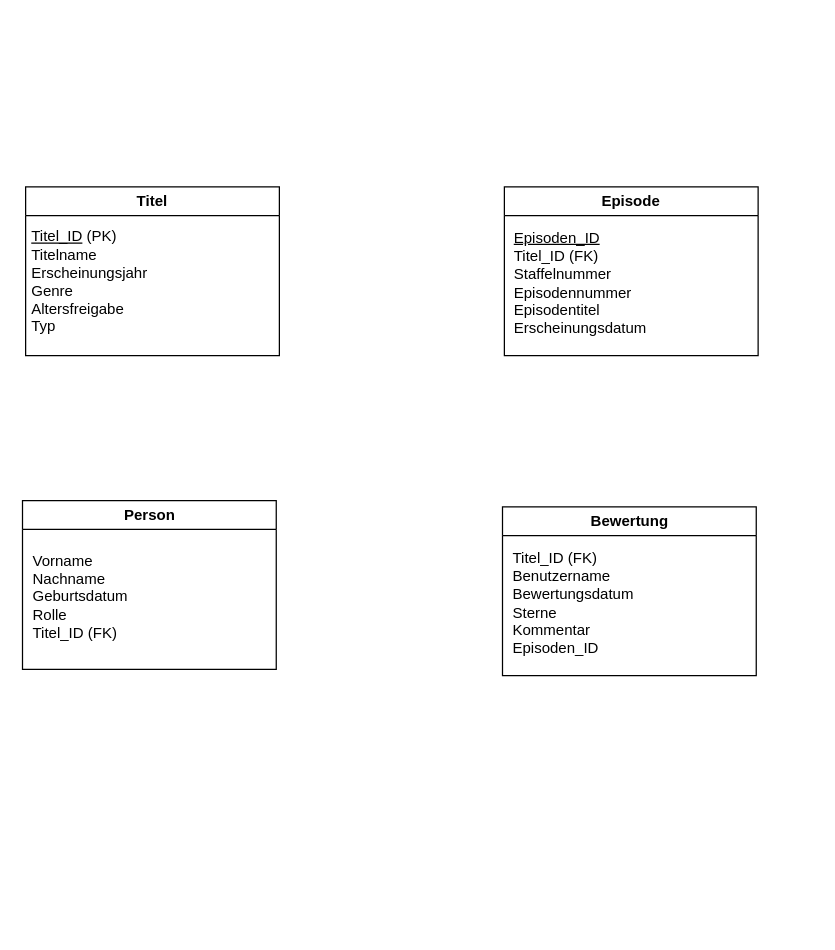
mandyngn/Uni keeps this draw.io diagram as page "Seite-2" (2 of 2) of 3_Semester/Datenbanken/uebungen/5_Uebung/DatenbankenUebung5.drawio. Above is the earlier version. Source tidied: cells renumbered, new cells numbered last; positions are measured from the earlier drawing's top-left corner, leaving out a move shared by most shapes. Both pictures are drawn from the tidied source at 125%, with x=0, y=0 at pixel (21, 174).
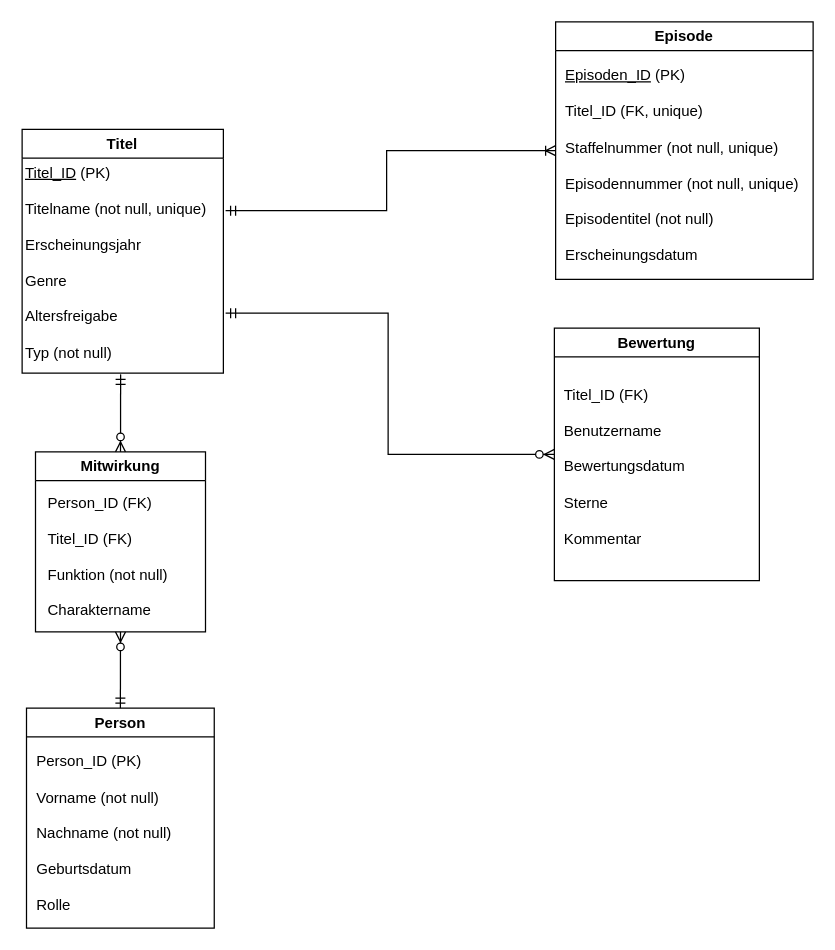
The same diagram, later.

What changed in the source:
```diff
@@
 <mxGraphModel>
   <root>
     <mxCell id="0" />
     <mxCell id="1" parent="0" />
     <mxCell id="2" value="Titel" style="swimlane;whiteSpace=wrap;html=1;" parent="1" vertex="1">
-      <mxGeometry x="3" y="10" width="203" height="135" as="geometry" />
+      <mxGeometry x="0.2" y="-36" width="161" height="195" as="geometry" />
     </mxCell>
-    <mxCell id="3" value="&lt;u&gt;Titel_ID&lt;/u&gt; (PK)&lt;div&gt;Titelname&lt;br&gt;Erscheinungsjahr&lt;/div&gt;&lt;div&gt;Genre&lt;/div&gt;&lt;div&gt;Altersfreigabe&lt;/div&gt;&lt;div&gt;Typ&lt;/div&gt;" style="text;html=1;whiteSpace=wrap;strokeColor=none;fillColor=none;align=left;verticalAlign=middle;rounded=0;" parent="2" vertex="1">
-      <mxGeometry x="3" y="-10" width="192" height="171" as="geometry" />
+    <mxCell id="3" value="&lt;u&gt;Titel_ID&lt;/u&gt; (PK)&lt;div&gt;&lt;br&gt;&lt;/div&gt;&lt;div&gt;Titelname (not null, unique)&lt;br&gt;&lt;br&gt;&lt;/div&gt;&lt;div&gt;Erscheinungsjahr&lt;/div&gt;&lt;div&gt;&lt;br&gt;&lt;/div&gt;&lt;div&gt;Genre&lt;/div&gt;&lt;div&gt;&lt;br&gt;&lt;/div&gt;&lt;div&gt;Altersfreigabe&lt;/div&gt;&lt;div&gt;&lt;br&gt;&lt;/div&gt;&lt;div&gt;Typ&amp;nbsp;&lt;span style=&quot;background-color: transparent; color: light-dark(rgb(0, 0, 0), rgb(255, 255, 255));&quot;&gt;(not null)&lt;/span&gt;&lt;/div&gt;" style="text;html=1;whiteSpace=wrap;strokeColor=none;fillColor=none;align=left;verticalAlign=middle;rounded=0;" parent="2" vertex="1">
+      <mxGeometry x="0.9" y="22" width="155.5" height="170" as="geometry" />
     </mxCell>
     <mxCell id="4" value="Episode" style="swimlane;whiteSpace=wrap;html=1;" parent="1" vertex="1">
-      <mxGeometry x="386" y="10" width="203" height="135" as="geometry" />
+      <mxGeometry x="427" y="-122" width="206" height="206" as="geometry" />
     </mxCell>
-    <mxCell id="5" value="&lt;u&gt;Episoden_ID&lt;/u&gt;&lt;div&gt;Titel_ID (FK)&lt;/div&gt;&lt;div&gt;Staffelnummer&lt;/div&gt;&lt;div&gt;Episodennummer&lt;/div&gt;&lt;div&gt;Episodentitel&lt;/div&gt;&lt;div&gt;Erscheinungsdatum&lt;/div&gt;" style="text;html=1;whiteSpace=wrap;strokeColor=none;fillColor=none;align=left;verticalAlign=middle;rounded=0;" parent="4" vertex="1">
-      <mxGeometry x="6" y="27" width="188" height="99" as="geometry" />
+    <mxCell id="5" value="&lt;u&gt;Episoden_ID&lt;/u&gt;&amp;nbsp;(PK)&lt;div&gt;&lt;br&gt;&lt;div&gt;Titel_ID (FK, unique)&lt;/div&gt;&lt;div&gt;&lt;br&gt;&lt;/div&gt;&lt;div&gt;Staffelnummer (not null, unique)&lt;/div&gt;&lt;div&gt;&lt;br&gt;&lt;/div&gt;&lt;div&gt;Episodennummer (not null, unique)&lt;/div&gt;&lt;div&gt;&lt;br&gt;&lt;/div&gt;&lt;div&gt;Episodentitel (not null)&lt;/div&gt;&lt;div&gt;&lt;br&gt;&lt;/div&gt;&lt;div&gt;Erscheinungsdatum&lt;/div&gt;&lt;/div&gt;" style="text;html=1;whiteSpace=wrap;strokeColor=none;fillColor=none;align=left;verticalAlign=middle;rounded=0;" parent="4" vertex="1">
+      <mxGeometry x="6" y="25" width="198" height="179" as="geometry" />
     </mxCell>
     <mxCell id="6" value="Person" style="swimlane;whiteSpace=wrap;html=1;" parent="1" vertex="1">
-      <mxGeometry x="0.5" y="261" width="203" height="135" as="geometry" />
+      <mxGeometry x="3.7" y="427" width="150.2" height="176" as="geometry" />
     </mxCell>
-    <mxCell id="7" value="Vorname&lt;div&gt;Nachname&lt;/div&gt;&lt;div&gt;Geburtsdatum&lt;br&gt;Rolle&lt;br&gt;Titel_ID (FK)&lt;/div&gt;" style="text;html=1;whiteSpace=wrap;strokeColor=none;fillColor=none;align=left;verticalAlign=middle;rounded=0;" parent="6" vertex="1">
-      <mxGeometry x="6" y="27" width="188" height="99" as="geometry" />
+    <mxCell id="7" value="&lt;div&gt;Person_ID (PK)&lt;/div&gt;&lt;div&gt;&lt;br&gt;&lt;/div&gt;Vorname (not null)&lt;div&gt;&lt;br&gt;&lt;/div&gt;&lt;div&gt;Nachname&amp;nbsp;&lt;span style=&quot;background-color: transparent; color: light-dark(rgb(0, 0, 0), rgb(255, 255, 255));&quot;&gt;(not null)&lt;/span&gt;&lt;/div&gt;&lt;div&gt;&lt;br&gt;&lt;/div&gt;&lt;div&gt;Geburtsdatum&lt;br&gt;&lt;br&gt;&lt;/div&gt;&lt;div&gt;Rolle&lt;br&gt;&lt;/div&gt;" style="text;html=1;whiteSpace=wrap;strokeColor=none;fillColor=none;align=left;verticalAlign=middle;rounded=0;" parent="6" vertex="1">
+      <mxGeometry x="6" y="27" width="142" height="145" as="geometry" />
     </mxCell>
     <mxCell id="8" value="Bewertung" style="swimlane;whiteSpace=wrap;html=1;" parent="1" vertex="1">
-      <mxGeometry x="384.5" y="266" width="203" height="135" as="geometry" />
+      <mxGeometry x="426" y="123" width="164" height="202" as="geometry" />
     </mxCell>
-    <mxCell id="9" value="Titel_ID (FK)&lt;div&gt;Benutzername&lt;/div&gt;&lt;div&gt;Bewertungsdatum&lt;/div&gt;&lt;div&gt;Sterne&lt;/div&gt;&lt;div&gt;Kommentar&lt;/div&gt;&lt;div&gt;Episoden_ID&lt;/div&gt;" style="text;html=1;whiteSpace=wrap;strokeColor=none;fillColor=none;align=left;verticalAlign=middle;rounded=0;" parent="8" vertex="1">
-      <mxGeometry x="6" y="27" width="188" height="99" as="geometry" />
+    <mxCell id="9" value="Titel_ID (FK)&lt;div&gt;&lt;br&gt;&lt;/div&gt;&lt;div&gt;Benutzername&lt;/div&gt;&lt;div&gt;&lt;br&gt;&lt;/div&gt;&lt;div&gt;Bewertungsdatum&lt;/div&gt;&lt;div&gt;&lt;br&gt;&lt;/div&gt;&lt;div&gt;Sterne&lt;/div&gt;&lt;div&gt;&lt;br&gt;&lt;/div&gt;&lt;div&gt;Kommentar&lt;/div&gt;" style="text;html=1;whiteSpace=wrap;strokeColor=none;fillColor=none;align=left;verticalAlign=middle;rounded=0;" parent="8" vertex="1">
+      <mxGeometry x="6" y="27" width="137" height="167" as="geometry" />
     </mxCell>
+    <mxCell id="10" value="Mitwirkung" style="swimlane;whiteSpace=wrap;html=1;startSize=23;" parent="1" vertex="1">
+      <mxGeometry x="10.9" y="222" width="136" height="144" as="geometry" />
+    </mxCell>
+    <mxCell id="11" value="&lt;div&gt;Person_ID (FK)&lt;/div&gt;&lt;div&gt;&lt;br&gt;&lt;/div&gt;&lt;div&gt;Titel_ID (FK)&lt;/div&gt;&lt;div&gt;&lt;br&gt;&lt;/div&gt;&lt;div&gt;Funktion (not null)&lt;/div&gt;&lt;div&gt;&lt;br&gt;&lt;/div&gt;&lt;div&gt;Charaktername&lt;/div&gt;" style="text;html=1;whiteSpace=wrap;strokeColor=none;fillColor=none;align=left;verticalAlign=middle;rounded=0;" parent="10" vertex="1">
+      <mxGeometry x="8" y="28" width="121" height="111" as="geometry" />
+    </mxCell>
+    <mxCell id="12" style="fontSize=12;html=1;endArrow=ERzeroToMany;startArrow=ERmandOne;rounded=0;entryX=0.5;entryY=0;entryDx=0;entryDy=0;" parent="1" edge="1" target="10">
+      <mxGeometry relative="1" as="geometry">
+        <mxPoint x="79" y="160" as="sourcePoint" />
+      </mxGeometry>
+    </mxCell>
+    <mxCell id="13" style="fontSize=12;html=1;endArrow=ERzeroToMany;startArrow=ERmandOne;rounded=0;entryX=0.5;entryY=1;entryDx=0;entryDy=0;exitX=0.5;exitY=0;exitDx=0;exitDy=0;" parent="1" edge="1" source="6" target="10">
+      <mxGeometry relative="1" as="geometry" />
+    </mxCell>
+    <mxCell id="14" style="fontSize=12;html=1;endArrow=ERoneToMany;startArrow=ERmandOne;rounded=0;exitX=1.041;exitY=0.253;exitDx=0;exitDy=0;entryX=0;entryY=0.5;entryDx=0;entryDy=0;edgeStyle=orthogonalEdgeStyle;exitPerimeter=0;" parent="1" edge="1" source="3" target="4">
+      <mxGeometry relative="1" as="geometry" />
+    </mxCell>
+    <mxCell id="15" style="edgeStyle=orthogonalEdgeStyle;fontSize=12;html=1;endArrow=ERzeroToMany;startArrow=ERmandOne;rounded=0;entryX=0;entryY=0.5;entryDx=0;entryDy=0;" parent="1" edge="1" target="8">
+      <mxGeometry relative="1" as="geometry">
+        <mxPoint x="163" y="111" as="sourcePoint" />
+        <Array as="points">
+          <mxPoint x="293" y="111" />
+          <mxPoint x="293" y="224" />
+        </Array>
+      </mxGeometry>
+    </mxCell>
   </root>
 </mxGraphModel>
```
